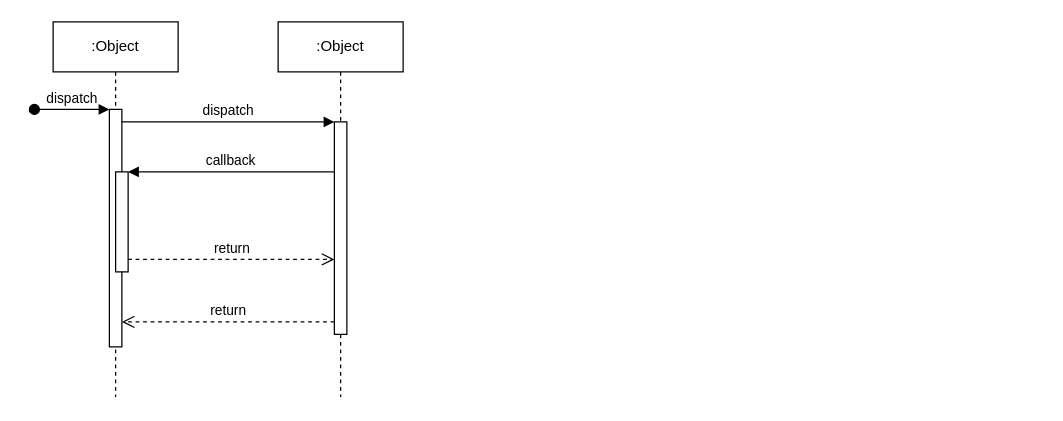
Above: Untitled Diagram.drawio in Tseehay/draw (draw.io), before the change. Source tidied: cells renumbered, new cells numbered last; positions are measured from the earlier drawing's top-left corner, leaving out a move shared by most shapes. Both pictures are drawn from the tidied source at 125%, with x=0, y=0 at pixel (34, 21).
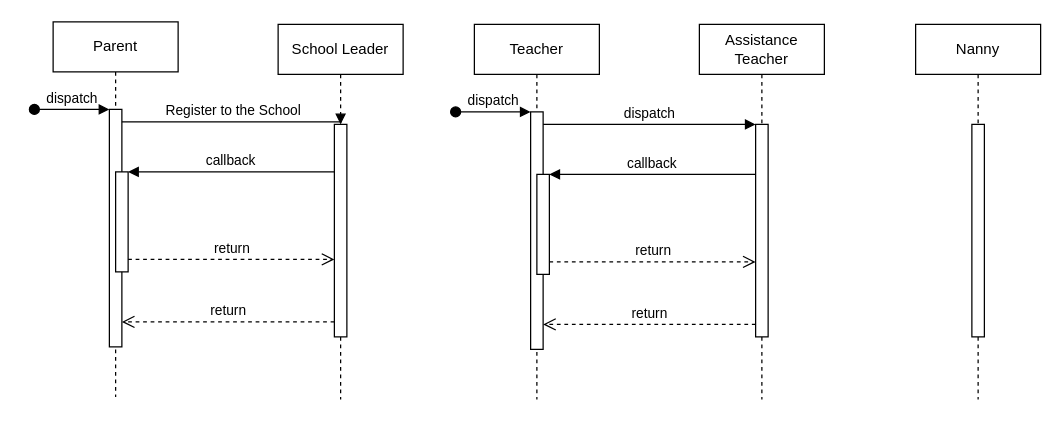
The same page after the edit.

The change refers to these unchanged cells:
```xml
<mxCell id="3" style="html=1;points=[];perimeter=orthogonalPerimeter;outlineConnect=0;targetShapes=umlLifeline;portConstraint=eastwest;newEdgeStyle={&quot;edgeStyle&quot;:&quot;elbowEdgeStyle&quot;,&quot;elbow&quot;:&quot;vertical&quot;,&quot;curved&quot;:0,&quot;rounded&quot;:0};" parent="2" vertex="1">
  <mxGeometry x="45" y="70" width="10" height="190" as="geometry" />
</mxCell>
<mxCell id="7" style="html=1;points=[];perimeter=orthogonalPerimeter;outlineConnect=0;targetShapes=umlLifeline;portConstraint=eastwest;newEdgeStyle={&quot;edgeStyle&quot;:&quot;elbowEdgeStyle&quot;,&quot;elbow&quot;:&quot;vertical&quot;,&quot;curved&quot;:0,&quot;rounded&quot;:0};" parent="6" vertex="1">
  <mxGeometry x="45" y="80" width="10" height="170" as="geometry" />
</mxCell>
```

The edit, as a diff of the source:
```diff
@@
-    <mxCell id="2" value=":Object" style="shape=umlLifeline;perimeter=lifelinePerimeter;whiteSpace=wrap;html=1;newEdgeStyle={&quot;edgeStyle&quot;:&quot;elbowEdgeStyle&quot;,&quot;elbow&quot;:&quot;vertical&quot;,&quot;curved&quot;:0,&quot;rounded&quot;:0};" parent="1" vertex="1">
+    <mxCell id="2" value="Parent" style="shape=umlLifeline;perimeter=lifelinePerimeter;whiteSpace=wrap;html=1;newEdgeStyle={&quot;edgeStyle&quot;:&quot;elbowEdgeStyle&quot;,&quot;elbow&quot;:&quot;vertical&quot;,&quot;curved&quot;:0,&quot;rounded&quot;:0};" parent="1" vertex="1">
       <mxGeometry x="15" width="100" height="300" as="geometry" />
     </mxCell>
@@
-    <mxCell id="6" value=":Object" style="shape=umlLifeline;perimeter=lifelinePerimeter;whiteSpace=wrap;html=1;newEdgeStyle={&quot;edgeStyle&quot;:&quot;elbowEdgeStyle&quot;,&quot;elbow&quot;:&quot;vertical&quot;,&quot;curved&quot;:0,&quot;rounded&quot;:0};" parent="1" vertex="1">
-      <mxGeometry x="195" width="100" height="300" as="geometry" />
+    <mxCell id="6" value="School Leader" style="shape=umlLifeline;perimeter=lifelinePerimeter;whiteSpace=wrap;html=1;newEdgeStyle={&quot;edgeStyle&quot;:&quot;elbowEdgeStyle&quot;,&quot;elbow&quot;:&quot;vertical&quot;,&quot;curved&quot;:0,&quot;rounded&quot;:0};" parent="1" vertex="1">
+      <mxGeometry x="195" y="2" width="100" height="300" as="geometry" />
     </mxCell>
@@
-    <mxCell id="8" value="dispatch" style="html=1;verticalAlign=bottom;endArrow=block;edgeStyle=elbowEdgeStyle;elbow=vertical;curved=0;rounded=0;" parent="1" edge="1" source="3" target="7">
+    <mxCell id="8" value="Register to the School" style="html=1;verticalAlign=bottom;endArrow=block;edgeStyle=elbowEdgeStyle;elbow=vertical;curved=0;rounded=0;" parent="1" edge="1" source="3" target="7">
       <mxGeometry relative="1" as="geometry">
         <Array as="points">
           <mxPoint x="155" y="80" />
         </Array>
       </mxGeometry>
     </mxCell>
@@
+    <mxCell id="12" value="Teacher" style="shape=umlLifeline;perimeter=lifelinePerimeter;whiteSpace=wrap;html=1;newEdgeStyle={&quot;edgeStyle&quot;:&quot;elbowEdgeStyle&quot;,&quot;elbow&quot;:&quot;vertical&quot;,&quot;curved&quot;:0,&quot;rounded&quot;:0};" parent="1" vertex="1">
+      <mxGeometry x="352" y="2" width="100" height="300" as="geometry" />
+    </mxCell>
+    <mxCell id="13" style="html=1;points=[];perimeter=orthogonalPerimeter;outlineConnect=0;targetShapes=umlLifeline;portConstraint=eastwest;newEdgeStyle={&quot;edgeStyle&quot;:&quot;elbowEdgeStyle&quot;,&quot;elbow&quot;:&quot;vertical&quot;,&quot;curved&quot;:0,&quot;rounded&quot;:0};" parent="12" vertex="1">
+      <mxGeometry x="45" y="70" width="10" height="190" as="geometry" />
+    </mxCell>
+    <mxCell id="14" value="dispatch" style="html=1;verticalAlign=bottom;startArrow=oval;endArrow=block;startSize=8;edgeStyle=elbowEdgeStyle;elbow=vertical;curved=0;rounded=0;" parent="12" edge="1" target="13">
+      <mxGeometry relative="1" as="geometry">
+        <mxPoint x="-15" y="70" as="sourcePoint" />
+      </mxGeometry>
+    </mxCell>
+    <mxCell id="15" style="html=1;points=[];perimeter=orthogonalPerimeter;outlineConnect=0;targetShapes=umlLifeline;portConstraint=eastwest;newEdgeStyle={&quot;edgeStyle&quot;:&quot;elbowEdgeStyle&quot;,&quot;elbow&quot;:&quot;vertical&quot;,&quot;curved&quot;:0,&quot;rounded&quot;:0};" parent="12" vertex="1">
+      <mxGeometry x="50" y="120" width="10" height="80" as="geometry" />
+    </mxCell>
+    <mxCell id="16" value="Assistance Teacher" style="shape=umlLifeline;perimeter=lifelinePerimeter;whiteSpace=wrap;html=1;newEdgeStyle={&quot;edgeStyle&quot;:&quot;elbowEdgeStyle&quot;,&quot;elbow&quot;:&quot;vertical&quot;,&quot;curved&quot;:0,&quot;rounded&quot;:0};" parent="1" vertex="1">
+      <mxGeometry x="532" y="2" width="100" height="300" as="geometry" />
+    </mxCell>
+    <mxCell id="17" style="html=1;points=[];perimeter=orthogonalPerimeter;outlineConnect=0;targetShapes=umlLifeline;portConstraint=eastwest;newEdgeStyle={&quot;edgeStyle&quot;:&quot;elbowEdgeStyle&quot;,&quot;elbow&quot;:&quot;vertical&quot;,&quot;curved&quot;:0,&quot;rounded&quot;:0};" parent="16" vertex="1">
+      <mxGeometry x="45" y="80" width="10" height="170" as="geometry" />
+    </mxCell>
+    <mxCell id="18" value="dispatch" style="html=1;verticalAlign=bottom;endArrow=block;edgeStyle=elbowEdgeStyle;elbow=vertical;curved=0;rounded=0;" parent="1" edge="1" source="13" target="17">
+      <mxGeometry relative="1" as="geometry">
+        <Array as="points">
+          <mxPoint x="492" y="82" />
+        </Array>
+      </mxGeometry>
+    </mxCell>
+    <mxCell id="19" value="return" style="html=1;verticalAlign=bottom;endArrow=open;dashed=1;endSize=8;edgeStyle=elbowEdgeStyle;elbow=vertical;curved=0;rounded=0;" parent="1" edge="1" source="17" target="13">
+      <mxGeometry relative="1" as="geometry">
+        <Array as="points">
+          <mxPoint x="502" y="242" />
+        </Array>
+      </mxGeometry>
+    </mxCell>
+    <mxCell id="20" value="callback" style="html=1;verticalAlign=bottom;endArrow=block;edgeStyle=elbowEdgeStyle;elbow=vertical;curved=0;rounded=0;" parent="1" edge="1" source="17" target="15">
+      <mxGeometry relative="1" as="geometry">
+        <Array as="points">
+          <mxPoint x="502" y="122" />
+        </Array>
+      </mxGeometry>
+    </mxCell>
+    <mxCell id="21" value="return" style="html=1;verticalAlign=bottom;endArrow=open;dashed=1;endSize=8;edgeStyle=elbowEdgeStyle;elbow=vertical;curved=0;rounded=0;" parent="1" edge="1" source="15" target="17">
+      <mxGeometry relative="1" as="geometry">
+        <Array as="points">
+          <mxPoint x="492" y="192" />
+        </Array>
+      </mxGeometry>
+    </mxCell>
+    <mxCell id="22" value="Nanny" style="shape=umlLifeline;perimeter=lifelinePerimeter;whiteSpace=wrap;html=1;newEdgeStyle={&quot;edgeStyle&quot;:&quot;elbowEdgeStyle&quot;,&quot;elbow&quot;:&quot;vertical&quot;,&quot;curved&quot;:0,&quot;rounded&quot;:0};" parent="1" vertex="1">
+      <mxGeometry x="705" y="2" width="100" height="300" as="geometry" />
+    </mxCell>
+    <mxCell id="23" style="html=1;perimeter=orthogonalPerimeter;targetShapes=umlLifeline;newEdgeStyle={&quot;edgeStyle&quot;:&quot;elbowEdgeStyle&quot;,&quot;elbow&quot;:&quot;vertical&quot;,&quot;curved&quot;:0,&quot;rounded&quot;:0};" parent="22" vertex="1">
+      <mxGeometry x="45" y="80" width="10" height="170" as="geometry" />
+    </mxCell>
```
